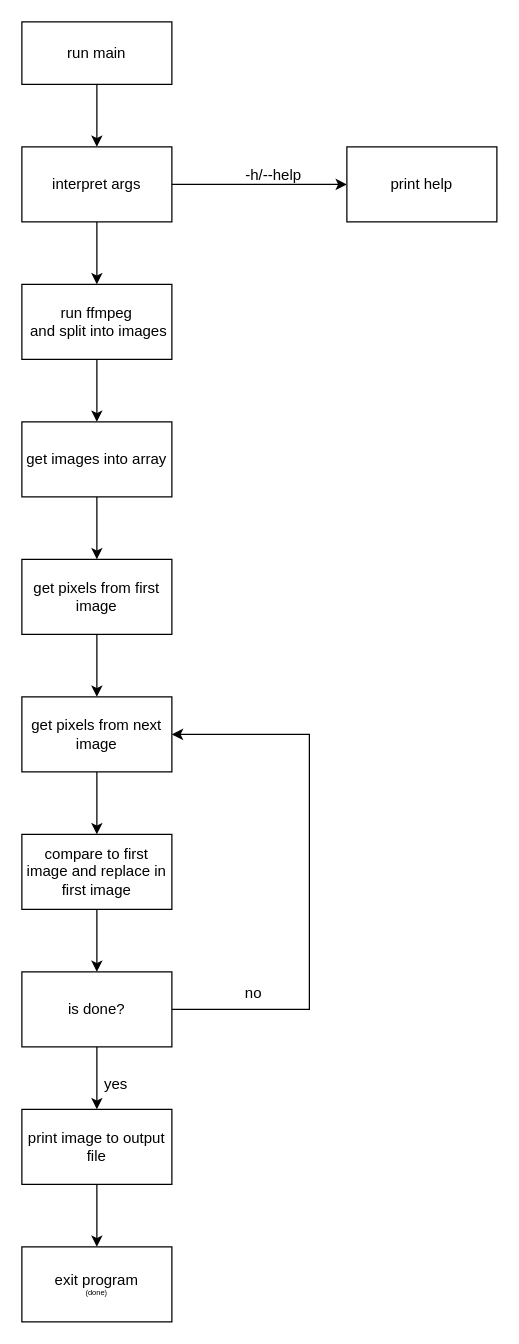
Earlier version of the draw.io diagram crrust.drawio (superfroggman/CRrust). Source tidied: cells renumbered, new cells numbered last; positions are measured from the earlier drawing's top-left corner, leaving out a move shared by most shapes. Both pictures are drawn from the tidied source at 125%, with x=0, y=0 at pixel (21, 21).
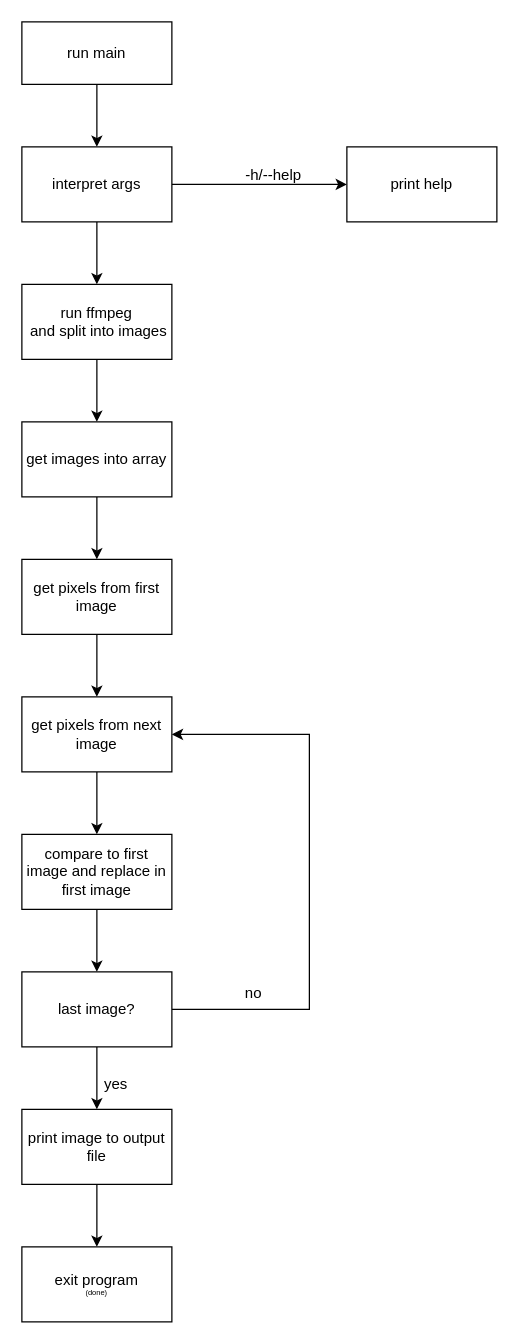
Above is the later version.

The edit, as a diff of the source:
```diff
@@
-    <mxCell id="21" value="is done?" style="rounded=0;whiteSpace=wrap;html=1;" parent="1" vertex="1">
+    <mxCell id="21" value="last image?" style="rounded=0;whiteSpace=wrap;html=1;" parent="1" vertex="1">
       <mxGeometry y="760" width="120" height="60" as="geometry" />
     </mxCell>
```
